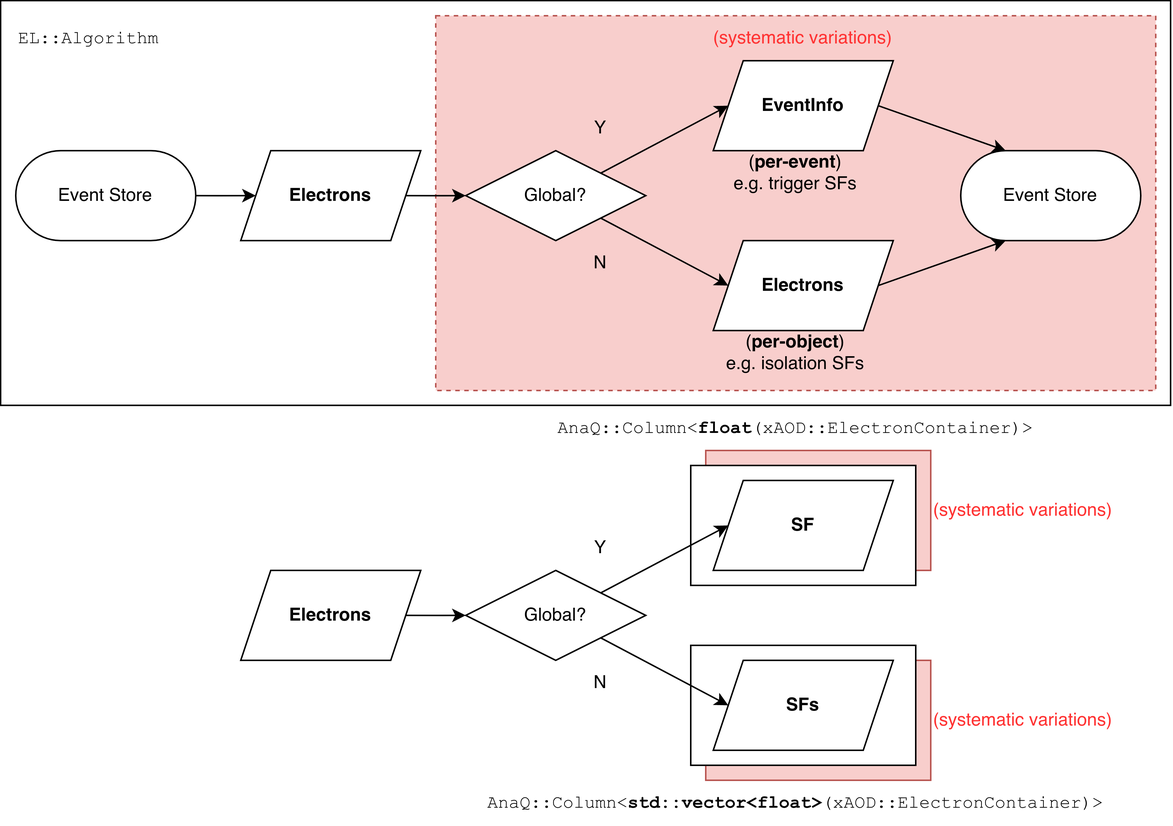
This is eventloop_vs_dataflow.drawio.png from taehyounpark/draw-io-diagrams, a draw.io export, as it was before one commit. Source tidied: cells renumbered, new cells last; positions are measured from the earlier drawing's top-left corner, leaving out a move shared by most shapes.
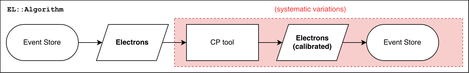
The same diagram one commit later.

Diff of the diagram source:
```diff
@@ -2,150 +2,56 @@
   <root>
     <mxCell id="0" />
     <mxCell id="1" parent="0" />
-    <mxCell id="2" style="rounded=0;whiteSpace=wrap;html=1;" parent="1" vertex="1">
-      <mxGeometry width="780" height="270" as="geometry" />
-    </mxCell>
-    <mxCell id="3" style="rounded=0;whiteSpace=wrap;html=1;dashed=1;fillColor=#f8cecc;strokeColor=#b85450;" parent="1" vertex="1">
-      <mxGeometry x="290" y="10" width="480" height="250" as="geometry" />
-    </mxCell>
-    <mxCell id="4" value="X" style="rounded=0;whiteSpace=wrap;html=1;fillColor=#f8cecc;strokeColor=#b85450;" parent="1" vertex="1">
-      <mxGeometry x="470" y="440" width="150" height="80" as="geometry" />
-    </mxCell>
-    <mxCell id="5" style="rounded=0;whiteSpace=wrap;html=1;fillColor=#f8cecc;strokeColor=#b85450;" parent="1" vertex="1">
-      <mxGeometry x="470" y="300" width="150" height="80" as="geometry" />
-    </mxCell>
-    <mxCell id="6" style="rounded=0;whiteSpace=wrap;html=1;" parent="1" vertex="1">
-      <mxGeometry x="460" y="430" width="150" height="80" as="geometry" />
-    </mxCell>
-    <mxCell id="7" style="rounded=0;whiteSpace=wrap;html=1;" parent="1" vertex="1">
-      <mxGeometry x="460" y="310" width="150" height="80" as="geometry" />
-    </mxCell>
-    <mxCell id="8" style="rhombus;whiteSpace=wrap;html=1;" parent="1" vertex="1">
-      <mxGeometry x="310" y="100" width="120" height="60" as="geometry" />
-    </mxCell>
-    <mxCell id="9" style="rounded=0;jettySize=auto;html=1;exitX=1;exitY=0.5;exitDx=0;exitDy=0;entryX=0.25;entryY=1;entryDx=0;entryDy=0;" parent="1" edge="1" source="10" target="29">
-      <mxGeometry relative="1" as="geometry" />
-    </mxCell>
-    <mxCell id="10" style="shape=parallelogram;perimeter=parallelogramPerimeter;whiteSpace=wrap;html=1;fixedSize=1;" parent="1" vertex="1">
-      <mxGeometry x="475" y="160" width="120" height="60" as="geometry" />
-    </mxCell>
-    <mxCell id="11" style="endArrow=classic;html=1;rounded=0;exitX=1;exitY=0;exitDx=0;exitDy=0;entryX=0;entryY=0.5;entryDx=0;entryDy=0;" parent="1" edge="1" source="8">
-      <mxGeometry relative="1" as="geometry">
-        <mxPoint x="485" y="70" as="targetPoint" />
-      </mxGeometry>
-    </mxCell>
-    <mxCell id="12" style="endArrow=classic;html=1;rounded=0;exitX=1;exitY=1;exitDx=0;exitDy=0;entryX=0;entryY=0.5;entryDx=0;entryDy=0;" parent="1" edge="1" source="8" target="10">
-      <mxGeometry relative="1" as="geometry" />
-    </mxCell>
-    <mxCell id="13" value="Global?" style="text;html=1;align=center;verticalAlign=middle;whiteSpace=wrap;rounded=0;" parent="1" vertex="1">
-      <mxGeometry x="340" y="115" width="60" height="30" as="geometry" />
-    </mxCell>
-    <mxCell id="14" value="&lt;b&gt;Electrons&lt;/b&gt;" style="text;html=1;align=center;verticalAlign=middle;whiteSpace=wrap;rounded=0;" parent="1" vertex="1">
-      <mxGeometry x="505" y="175" width="60" height="30" as="geometry" />
-    </mxCell>
-    <mxCell id="15" style="rounded=0;jettySize=auto;html=1;exitX=1;exitY=0.5;exitDx=0;exitDy=0;entryX=0.25;entryY=0;entryDx=0;entryDy=0;" parent="1" edge="1" source="16" target="29">
-      <mxGeometry relative="1" as="geometry" />
-    </mxCell>
-    <mxCell id="16" style="shape=parallelogram;perimeter=parallelogramPerimeter;whiteSpace=wrap;html=1;fixedSize=1;" parent="1" vertex="1">
-      <mxGeometry x="475" y="40" width="120" height="60" as="geometry" />
-    </mxCell>
-    <mxCell id="17" value="&lt;b&gt;EventInfo&lt;br&gt;&lt;/b&gt;" style="text;html=1;align=center;verticalAlign=middle;whiteSpace=wrap;rounded=0;" parent="1" vertex="1">
-      <mxGeometry x="505" y="55" width="60" height="30" as="geometry" />
-    </mxCell>
-    <mxCell id="18" value="(&lt;b&gt;per-object&lt;/b&gt;)&lt;br&gt;e.g. isolation SFs" style="text;html=1;align=center;verticalAlign=middle;whiteSpace=wrap;rounded=0;" parent="1" vertex="1">
-      <mxGeometry x="410" y="220" width="240" height="30" as="geometry" />
-    </mxCell>
-    <mxCell id="19" value="(&lt;b&gt;per-event&lt;/b&gt;)&lt;br&gt;e.g. trigger SFs" style="text;html=1;align=center;verticalAlign=middle;whiteSpace=wrap;rounded=0;" parent="1" vertex="1">
-      <mxGeometry x="410" y="100" width="240" height="30" as="geometry" />
-    </mxCell>
+    <mxCell id="49" style="rounded=0;whiteSpace=wrap;html=1;" parent="1" vertex="1">
+      <mxGeometry y="10" width="780" height="120" as="geometry" />
+    </mxCell>
+    <mxCell id="50" style="rounded=0;whiteSpace=wrap;html=1;dashed=1;fillColor=#f8cecc;strokeColor=#b85450;" parent="1" vertex="1">
+      <mxGeometry x="290" y="40" width="480" height="80" as="geometry" />
+    </mxCell>
+    <mxCell id="51" style="rounded=0;jettySize=auto;html=1;exitX=1;exitY=0.5;exitDx=0;exitDy=0;entryX=0;entryY=0.5;entryDx=0;entryDy=0;" parent="1" edge="1" source="60" target="58">
+      <mxGeometry relative="1" as="geometry" />
+    </mxCell>
-    <mxCell id="20" value="&lt;font face=&quot;Courier New&quot;&gt;EL::Algorithm&lt;/font&gt;" style="text;html=1;align=left;verticalAlign=middle;whiteSpace=wrap;rounded=0;" parent="1" vertex="1">
+    <mxCell id="20" value="&lt;font face=&quot;Courier New&quot;&gt;EL::Algorithm&lt;/font&gt;" style="text;html=1;align=left;verticalAlign=middle;whiteSpace=wrap;rounded=0;fontStyle=1;" parent="1" vertex="1">
       <mxGeometry x="10" y="10" width="360" height="30" as="geometry" />
     </mxCell>
-    <mxCell id="21" style="group;fontStyle=0;" parent="1" vertex="1">
-      <mxGeometry x="160" y="100" width="120" height="60" as="geometry" />
-    </mxCell>
-    <mxCell id="22" style="shape=parallelogram;perimeter=parallelogramPerimeter;whiteSpace=wrap;html=1;fixedSize=1;" parent="21" vertex="1">
-      <mxGeometry width="120" height="60" as="geometry" />
-    </mxCell>
-    <mxCell id="23" value="&lt;b&gt;Electrons&lt;/b&gt;" style="text;html=1;align=center;verticalAlign=middle;whiteSpace=wrap;rounded=0;" parent="21" vertex="1">
-      <mxGeometry x="30" y="15" width="60" height="30" as="geometry" />
-    </mxCell>
-    <mxCell id="24" style="edgeStyle=orthogonalEdgeStyle;rounded=0;jettySize=auto;html=1;exitX=1;exitY=0.5;exitDx=0;exitDy=0;entryX=0;entryY=0.5;entryDx=0;entryDy=0;" parent="1" edge="1" source="25" target="22">
-      <mxGeometry relative="1" as="geometry" />
-    </mxCell>
-    <mxCell id="25" value="Event Store" style="rounded=1;whiteSpace=wrap;html=1;arcSize=50;" parent="1" vertex="1">
-      <mxGeometry x="10" y="100" width="120" height="60" as="geometry" />
-    </mxCell>
-    <mxCell id="26" style="edgeStyle=orthogonalEdgeStyle;rounded=0;jettySize=auto;html=1;exitX=1;exitY=0.5;exitDx=0;exitDy=0;entryX=0;entryY=0.5;entryDx=0;entryDy=0;" parent="1" edge="1" source="22" target="8">
-      <mxGeometry relative="1" as="geometry" />
-    </mxCell>
-    <mxCell id="27" value="Y" style="text;html=1;align=center;verticalAlign=middle;whiteSpace=wrap;rounded=0;" parent="1" vertex="1">
-      <mxGeometry x="370" y="70" width="60" height="30" as="geometry" />
-    </mxCell>
-    <mxCell id="28" value="N" style="text;html=1;align=center;verticalAlign=middle;whiteSpace=wrap;rounded=0;" parent="1" vertex="1">
-      <mxGeometry x="370" y="160" width="60" height="30" as="geometry" />
-    </mxCell>
-    <mxCell id="29" value="Event Store" style="rounded=1;whiteSpace=wrap;html=1;arcSize=50;" parent="1" vertex="1">
-      <mxGeometry x="640" y="100" width="120" height="60" as="geometry" />
-    </mxCell>
-    <mxCell id="30" value="(systematic variations)" style="text;align=center;verticalAlign=middle;whiteSpace=wrap;rounded=0;fontColor=#FF3333;" parent="1" vertex="1">
-      <mxGeometry x="395" y="20" width="280" height="10" as="geometry" />
-    </mxCell>
-    <mxCell id="31" style="rhombus;whiteSpace=wrap;html=1;" parent="1" vertex="1">
-      <mxGeometry x="310" y="380" width="120" height="60" as="geometry" />
-    </mxCell>
-    <mxCell id="32" style="shape=parallelogram;perimeter=parallelogramPerimeter;whiteSpace=wrap;html=1;fixedSize=1;" parent="1" vertex="1">
-      <mxGeometry x="475" y="440" width="120" height="60" as="geometry" />
-    </mxCell>
-    <mxCell id="33" style="endArrow=classic;html=1;rounded=0;exitX=1;exitY=0;exitDx=0;exitDy=0;entryX=0;entryY=0.5;entryDx=0;entryDy=0;" parent="1" edge="1" source="31">
-      <mxGeometry relative="1" as="geometry">
-        <mxPoint x="485" y="350" as="targetPoint" />
-      </mxGeometry>
-    </mxCell>
-    <mxCell id="34" style="endArrow=classic;html=1;rounded=0;exitX=1;exitY=1;exitDx=0;exitDy=0;entryX=0;entryY=0.5;entryDx=0;entryDy=0;" parent="1" edge="1" source="31" target="32">
-      <mxGeometry relative="1" as="geometry" />
-    </mxCell>
-    <mxCell id="35" value="Global?" style="text;html=1;align=center;verticalAlign=middle;whiteSpace=wrap;rounded=0;" parent="1" vertex="1">
-      <mxGeometry x="340" y="395" width="60" height="30" as="geometry" />
-    </mxCell>
-    <mxCell id="36" value="&lt;font&gt;&lt;b&gt;SFs&lt;/b&gt;&lt;/font&gt;" style="text;html=1;align=center;verticalAlign=middle;whiteSpace=wrap;rounded=0;fontFamily=Helvetica;" parent="1" vertex="1">
-      <mxGeometry x="505" y="455" width="60" height="30" as="geometry" />
-    </mxCell>
-    <mxCell id="37" style="shape=parallelogram;perimeter=parallelogramPerimeter;whiteSpace=wrap;html=1;fixedSize=1;" parent="1" vertex="1">
-      <mxGeometry x="475" y="320" width="120" height="60" as="geometry" />
-    </mxCell>
-    <mxCell id="38" value="&lt;font&gt;&lt;b&gt;SF&lt;/b&gt;&lt;/font&gt;" style="text;html=1;align=center;verticalAlign=middle;whiteSpace=wrap;rounded=0;fontFamily=Helvetica;" parent="1" vertex="1">
-      <mxGeometry x="505" y="335" width="60" height="30" as="geometry" />
-    </mxCell>
-    <mxCell id="39" style="group;fontStyle=1;" parent="1" vertex="1">
-      <mxGeometry x="160" y="380" width="120" height="60" as="geometry" />
-    </mxCell>
-    <mxCell id="40" style="shape=parallelogram;perimeter=parallelogramPerimeter;whiteSpace=wrap;html=1;fixedSize=1;" parent="39" vertex="1">
-      <mxGeometry width="120" height="60" as="geometry" />
-    </mxCell>
-    <mxCell id="41" value="&lt;b&gt;Electrons&lt;/b&gt;" style="text;html=1;align=center;verticalAlign=middle;whiteSpace=wrap;rounded=0;" parent="39" vertex="1">
-      <mxGeometry x="30" y="15" width="60" height="30" as="geometry" />
-    </mxCell>
-    <mxCell id="42" style="edgeStyle=orthogonalEdgeStyle;rounded=0;jettySize=auto;html=1;exitX=1;exitY=0.5;exitDx=0;exitDy=0;entryX=0;entryY=0.5;entryDx=0;entryDy=0;" parent="1" edge="1" source="40" target="31">
-      <mxGeometry relative="1" as="geometry" />
-    </mxCell>
-    <mxCell id="43" value="Y" style="text;html=1;align=center;verticalAlign=middle;whiteSpace=wrap;rounded=0;" parent="1" vertex="1">
-      <mxGeometry x="370" y="350" width="60" height="30" as="geometry" />
-    </mxCell>
-    <mxCell id="44" value="N" style="text;html=1;align=center;verticalAlign=middle;whiteSpace=wrap;rounded=0;" parent="1" vertex="1">
-      <mxGeometry x="370" y="440" width="60" height="30" as="geometry" />
-    </mxCell>
-    <mxCell id="45" value="&lt;font face=&quot;Courier New&quot;&gt;AnaQ::Column&amp;lt;&lt;b&gt;std::vector&amp;lt;float&amp;gt;&lt;/b&gt;(xAOD::ElectronContainer)&amp;gt;&lt;/font&gt;" style="text;html=1;align=center;verticalAlign=middle;whiteSpace=wrap;rounded=0;" parent="1" vertex="1">
-      <mxGeometry x="305" y="520" width="450" height="30" as="geometry" />
-    </mxCell>
-    <mxCell id="46" value="&lt;font face=&quot;Courier New&quot;&gt;AnaQ::Column&amp;lt;&lt;b&gt;float&lt;/b&gt;(xAOD::ElectronContainer)&amp;gt;&lt;/font&gt;" style="text;html=1;align=center;verticalAlign=middle;whiteSpace=wrap;rounded=0;" parent="1" vertex="1">
-      <mxGeometry x="500" y="270" width="60" height="30" as="geometry" />
-    </mxCell>
-    <mxCell id="47" value="(systematic variations)" style="text;html=1;align=left;verticalAlign=middle;whiteSpace=wrap;rounded=0;fontColor=#FF3333;" parent="1" vertex="1">
-      <mxGeometry x="620" y="465" width="150" height="30" as="geometry" />
-    </mxCell>
-    <mxCell id="48" value="(systematic variations)" style="text;html=1;align=left;verticalAlign=middle;whiteSpace=wrap;rounded=0;fontColor=#FF3333;" parent="1" vertex="1">
-      <mxGeometry x="620" y="325" width="150" height="30" as="geometry" />
-    </mxCell>
+    <mxCell id="52" style="group;fontStyle=0;" parent="1" vertex="1">
+      <mxGeometry x="160" y="50" width="120" height="60" as="geometry" />
+    </mxCell>
+    <mxCell id="53" style="shape=parallelogram;perimeter=parallelogramPerimeter;whiteSpace=wrap;html=1;fixedSize=1;" parent="52" vertex="1">
+      <mxGeometry width="120" height="60" as="geometry" />
+    </mxCell>
+    <mxCell id="54" value="&lt;b&gt;Electrons&lt;/b&gt;" style="text;html=1;align=center;verticalAlign=middle;whiteSpace=wrap;rounded=0;" parent="52" vertex="1">
+      <mxGeometry x="30" y="15" width="60" height="30" as="geometry" />
+    </mxCell>
+    <mxCell id="55" style="edgeStyle=orthogonalEdgeStyle;rounded=0;jettySize=auto;html=1;exitX=1;exitY=0.5;exitDx=0;exitDy=0;entryX=0;entryY=0.5;entryDx=0;entryDy=0;" parent="1" edge="1" source="56" target="53">
+      <mxGeometry relative="1" as="geometry" />
+    </mxCell>
+    <mxCell id="56" value="Event Store" style="rounded=1;whiteSpace=wrap;html=1;arcSize=50;" parent="1" vertex="1">
+      <mxGeometry x="10" y="50" width="120" height="60" as="geometry" />
+    </mxCell>
+    <mxCell id="57" style="edgeStyle=orthogonalEdgeStyle;rounded=0;jettySize=auto;html=1;exitX=1;exitY=0.5;exitDx=0;exitDy=0;entryX=0;entryY=0.5;entryDx=0;entryDy=0;" parent="1" edge="1" source="53" target="60">
+      <mxGeometry relative="1" as="geometry" />
+    </mxCell>
+    <mxCell id="58" value="Event Store" style="rounded=1;whiteSpace=wrap;html=1;arcSize=50;" parent="1" vertex="1">
+      <mxGeometry x="610" y="50" width="120" height="60" as="geometry" />
+    </mxCell>
+    <mxCell id="59" style="group;" parent="1" vertex="1">
+      <mxGeometry x="460" y="50" width="120" height="60" as="geometry" />
+    </mxCell>
+    <mxCell id="60" style="shape=parallelogram;perimeter=parallelogramPerimeter;whiteSpace=wrap;html=1;fixedSize=1;" parent="59" vertex="1">
+      <mxGeometry width="120" height="60" as="geometry" />
+    </mxCell>
+    <mxCell id="61" value="&lt;div&gt;&lt;b&gt;Electrons (calibrated)&lt;br&gt;&lt;/b&gt;&lt;/div&gt;" style="text;html=1;align=center;verticalAlign=middle;whiteSpace=wrap;rounded=0;" parent="59" vertex="1">
+      <mxGeometry x="30" y="15" width="60" height="30" as="geometry" />
+    </mxCell>
+    <mxCell id="62" value="CP tool" style="rounded=0;whiteSpace=wrap;html=1;" parent="1" vertex="1">
+      <mxGeometry x="310" y="50" width="120" height="60" as="geometry" />
+    </mxCell>
+    <mxCell id="63" style="edgeStyle=orthogonalEdgeStyle;rounded=0;jettySize=auto;html=1;exitX=1;exitY=0.5;exitDx=0;exitDy=0;entryX=0;entryY=0.5;entryDx=0;entryDy=0;" parent="1" edge="1" source="53" target="62">
+      <mxGeometry relative="1" as="geometry" />
+    </mxCell>
+    <mxCell id="64" value="(systematic variations)" style="text;html=1;align=left;verticalAlign=middle;whiteSpace=wrap;rounded=0;fontColor=#FF3333;" parent="1" vertex="1">
+      <mxGeometry x="455" y="10" width="150" height="30" as="geometry" />
+    </mxCell>
   </root>
 </mxGraphModel>
```
